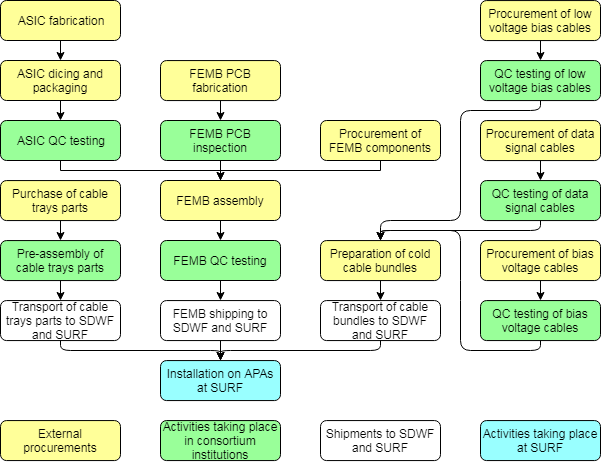
Above: graphics/sp-tpcelec-partsflow1.png in DUNE/dune-tdr (draw.io), before the change. Source tidied: cells renumbered, new cells last; positions are measured from the earlier drawing's top-left corner, leaving out a move shared by most shapes.
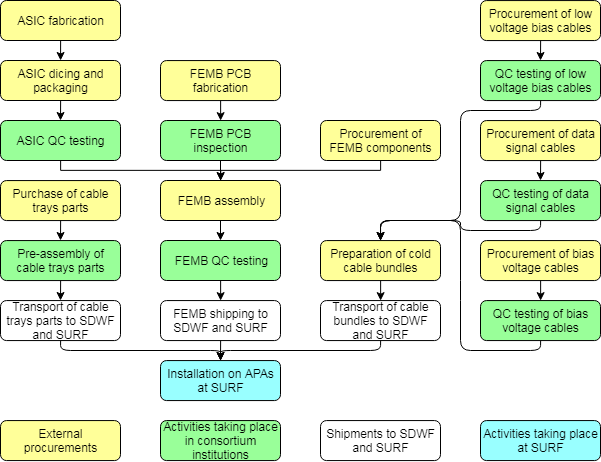
Later version of the same file.

Diff of the diagram source:
```diff
@@ -122,14 +122,6 @@
     <mxCell id="32" style="endArrow=classic;html=1;exitX=0.5;exitY=1;exitDx=0;exitDy=0;entryX=0.5;entryY=0;entryDx=0;entryDy=0;" parent="1" edge="1" source="26" target="27">
       <mxGeometry relative="1" as="geometry" />
     </mxCell>
-    <mxCell id="33" style="endArrow=classic;html=1;exitX=0.5;exitY=1;exitDx=0;exitDy=0;entryX=0.5;entryY=0;entryDx=0;entryDy=0;" parent="1" edge="1" source="23" target="26">
-      <mxGeometry relative="1" as="geometry">
-        <Array as="points">
-          <mxPoint x="540" y="230" />
-          <mxPoint x="380" y="230" />
-        </Array>
-      </mxGeometry>
-    </mxCell>
     <mxCell id="34" style="endArrow=classic;html=1;exitX=0.5;exitY=1;exitDx=0;exitDy=0;" parent="1" edge="1" source="25">
       <mxGeometry relative="1" as="geometry">
         <mxPoint x="380" y="240" as="targetPoint" />
@@ -137,7 +129,8 @@
           <mxPoint x="540" y="350" />
           <mxPoint x="460" y="350" />
           <mxPoint x="460" y="290" />
-          <mxPoint x="460" y="230" />
+          <mxPoint x="460" y="220" />
+          <mxPoint x="380" y="220" />
           <mxPoint x="380" y="230" />
         </Array>
       </mxGeometry>
@@ -193,5 +186,16 @@
     <mxCell id="46" style="endArrow=classic;html=1;exitX=0.5;exitY=1;exitDx=0;exitDy=0;entryX=0.5;entryY=0;entryDx=0;entryDy=0;" parent="1" edge="1" source="19" target="9">
       <mxGeometry relative="1" as="geometry" />
     </mxCell>
+    <mxCell id="47" style="endArrow=classic;html=1;exitX=0.5;exitY=1;exitDx=0;exitDy=0;" parent="1" edge="1" source="23">
+      <mxGeometry relative="1" as="geometry">
+        <mxPoint x="380" y="240" as="targetPoint" />
+        <Array as="points">
+          <mxPoint x="540" y="230" />
+          <mxPoint x="460" y="230" />
+          <mxPoint x="460" y="220" />
+          <mxPoint x="380" y="220" />
+        </Array>
+      </mxGeometry>
+    </mxCell>
   </root>
 </mxGraphModel>
```
